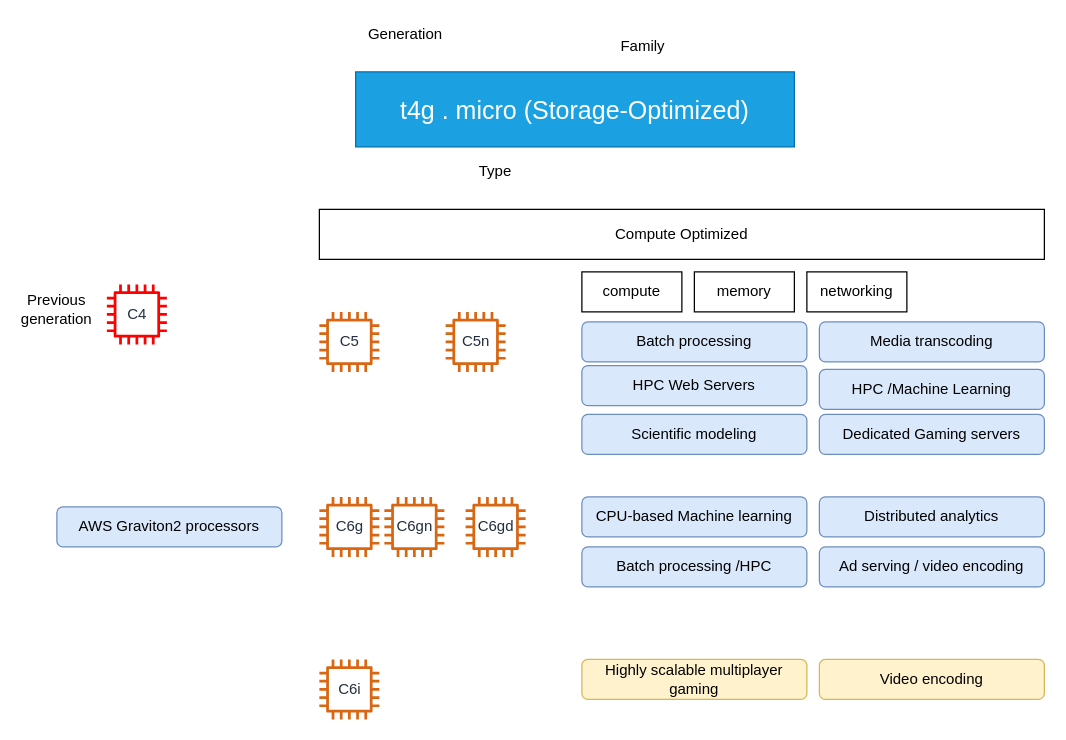
Above: page "Compute-Optimized" (3 of 8) of terraform-tutorials/ec2-masterclass/diagrams/ec2-masterclass.drawio in djvruio/aws-saa-labs (draw.io), before the change. Source tidied: cells renumbered, new cells numbered last; positions are measured from the earlier drawing's top-left corner, leaving out a move shared by most shapes. Both pictures are drawn from the tidied source at 125%, with x=0, y=0 at pixel (31, 21).
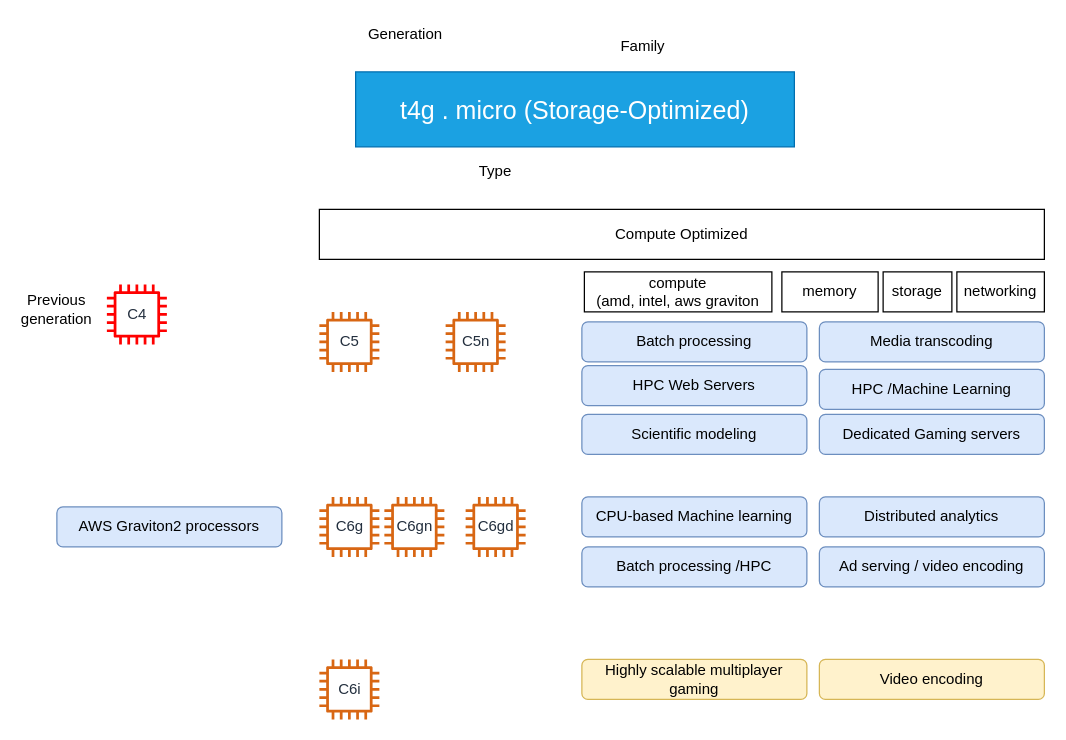
Above is the later version.

Diff of the diagram source:
```diff
@@
-    <mxCell id="2" value="compute" style="rounded=0;whiteSpace=wrap;html=1;" parent="1" vertex="1">
-      <mxGeometry x="440" y="200" width="80" height="32" as="geometry" />
-    </mxCell>
-    <mxCell id="3" value="memory" style="rounded=0;whiteSpace=wrap;html=1;" parent="1" vertex="1">
-      <mxGeometry x="530" y="200" width="80" height="32" as="geometry" />
-    </mxCell>
-    <mxCell id="4" value="networking" style="rounded=0;whiteSpace=wrap;html=1;" parent="1" vertex="1">
-      <mxGeometry x="620" y="200" width="80" height="32" as="geometry" />
-    </mxCell>
@@
+    <mxCell id="31" value="compute&lt;br&gt;(amd, intel, aws graviton" style="rounded=0;whiteSpace=wrap;html=1;" parent="1" vertex="1">
+      <mxGeometry x="442" y="200" width="150" height="32" as="geometry" />
+    </mxCell>
+    <mxCell id="3" value="memory" style="rounded=0;whiteSpace=wrap;html=1;" parent="1" vertex="1">
+      <mxGeometry x="600" y="200" width="77" height="32" as="geometry" />
+    </mxCell>
+    <mxCell id="32" value="storage" style="rounded=0;whiteSpace=wrap;html=1;" parent="1" vertex="1">
+      <mxGeometry x="681" y="200" width="55" height="32" as="geometry" />
+    </mxCell>
+    <mxCell id="4" value="networking" style="rounded=0;whiteSpace=wrap;html=1;" parent="1" vertex="1">
+      <mxGeometry x="740" y="200" width="70" height="32" as="geometry" />
+    </mxCell>
```
